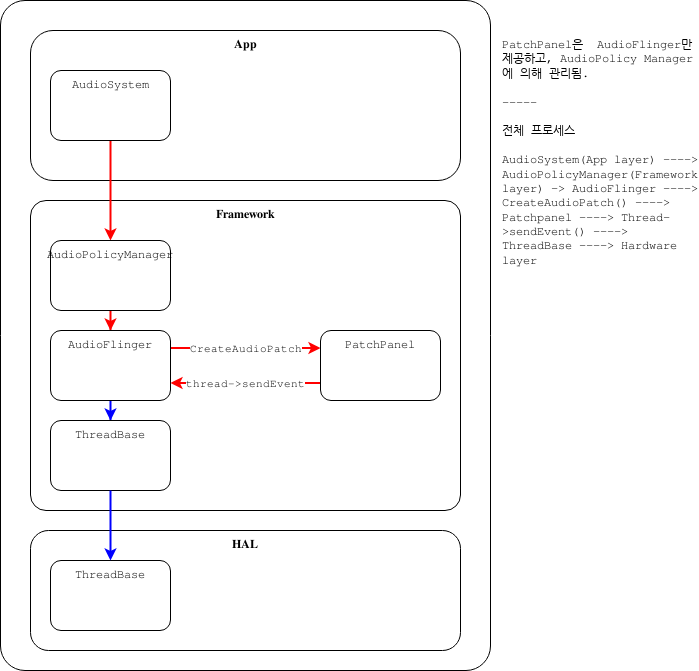
Above: images/AUDIO_DEV_03.png in lchy0113/rk_develop (draw.io), before the change. Source tidied: cells renumbered, new cells last; positions are measured from the earlier drawing's top-left corner, leaving out a move shared by most shapes.
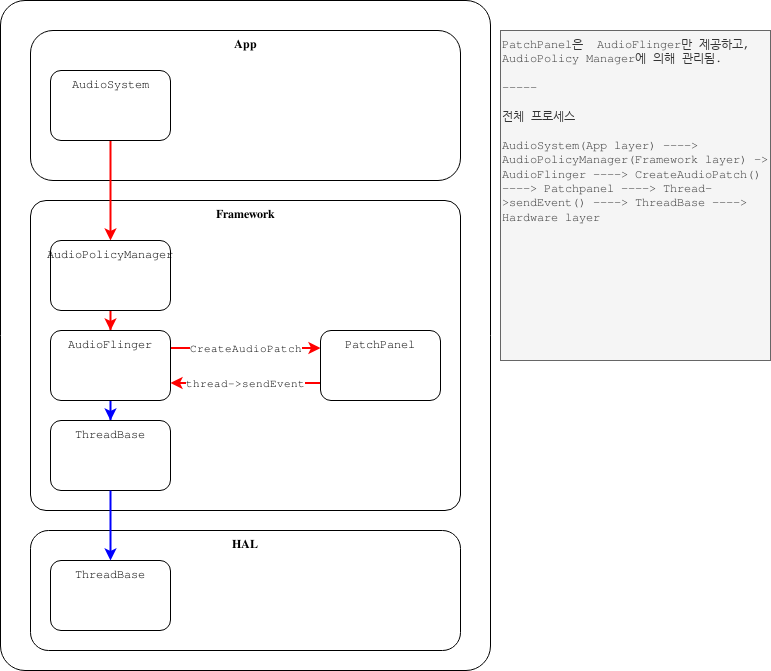
The same diagram one commit later.

Change to the diagram source:
```diff
@@ -50,8 +50,8 @@
     <mxCell id="17" style="edgeStyle=orthogonalEdgeStyle;rounded=0;jettySize=auto;html=1;fillColor=#dae8fc;strokeColor=#0000FF;strokeWidth=2;" parent="1" edge="1" source="12" target="16">
       <mxGeometry relative="1" as="geometry" />
     </mxCell>
-    <mxCell id="18" value="PatchPanel은&amp;nbsp; AudioFlinger만 제공하고, AudioPolicy Manager에 의해 관리됨.&amp;nbsp;&lt;br&gt;&lt;br&gt;-----&lt;br&gt;&lt;br&gt;전체 프로세스&lt;br&gt;&lt;br&gt;AudioSystem(App layer) ----&amp;gt; AudioPolicyManager(Framework layer) -&amp;gt; AudioFlinger ----&amp;gt; CreateAudioPatch() ----&amp;gt; Patchpanel ----&amp;gt; Thread-&amp;gt;sendEvent() ----&amp;gt; ThreadBase ----&amp;gt; Hardware layer" style="text;html=1;strokeColor=none;fillColor=none;align=left;verticalAlign=top;whiteSpace=wrap;rounded=0;" parent="1" vertex="1">
-      <mxGeometry x="500" y="30" width="170" height="330" as="geometry" />
+    <mxCell id="18" value="PatchPanel은&amp;nbsp; AudioFlinger만 제공하고, AudioPolicy Manager에 의해 관리됨.&amp;nbsp;&lt;br&gt;&lt;br&gt;-----&lt;br&gt;&lt;br&gt;전체 프로세스&lt;br&gt;&lt;br&gt;AudioSystem(App layer) ----&amp;gt; AudioPolicyManager(Framework layer) -&amp;gt; AudioFlinger ----&amp;gt; CreateAudioPatch() ----&amp;gt; Patchpanel ----&amp;gt; Thread-&amp;gt;sendEvent() ----&amp;gt; ThreadBase ----&amp;gt; Hardware layer" style="text;html=1;strokeColor=#666666;fillColor=#f5f5f5;align=left;verticalAlign=top;whiteSpace=wrap;rounded=0;fontColor=#333333;" parent="1" vertex="1">
+      <mxGeometry x="500" y="30" width="270" height="330" as="geometry" />
     </mxCell>
   </root>
 </mxGraphModel>
```
